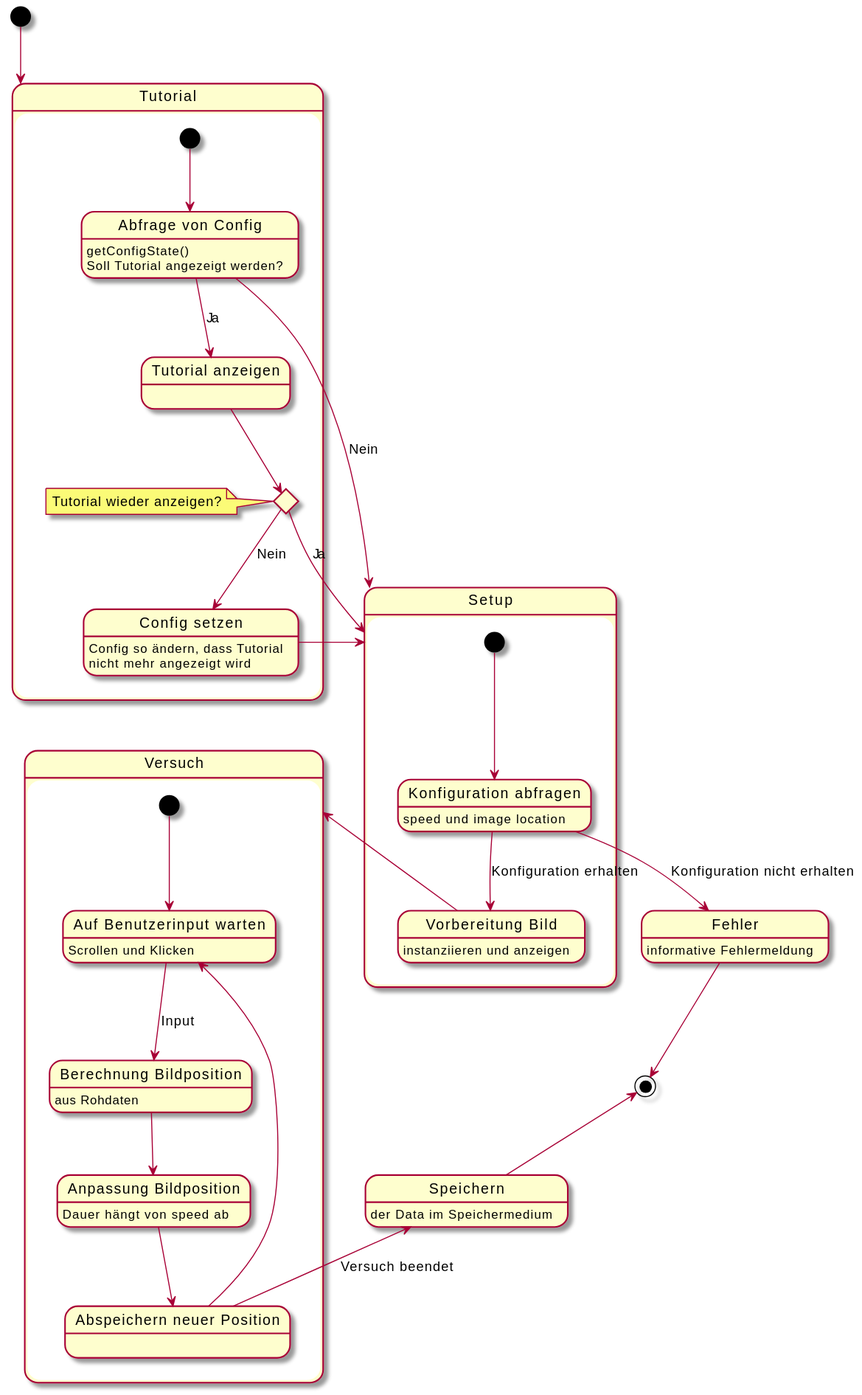
This is uml-state/zoommaps/zustand-zoommaps.svg from weichware-10/dokumente, a PlantUML export, as it was before one commit. Source of this version:
```plantuml
@startuml
state "Fehler" as err : informative Fehlermeldung
state Speichern : der Data im Speichermedium

state "Tutorial" as t {
    state "Abfrage von Config" as ac : getConfigState()\nSoll Tutorial angezeigt werden?
    state "Tutorial anzeigen" as ta
    state "Config setzen" as cs : Config so ändern, dass Tutorial\nnicht mehr angezeigt wird
    state checkbox <<choice>>
    note left of checkbox
        Tutorial wieder anzeigen?
    end note
    [*] --> ac
    ac --> ta : Ja
    ac --> s : Nein
    ta --> checkbox
    checkbox --> cs : Nein
    checkbox --> s : Ja
    cs -r-> s
}

state "Setup" as s {
    state "Konfiguration abfragen" as ka : speed und image location
    state "Vorbereitung Bild" as vb : instanziieren und anzeigen
    [*] --> ka
    ka --> vb : Konfiguration erhalten
    ka -d-> err : Konfiguration nicht erhalten
    vb -l-> v
}

state "Versuch" as v {
    state "Auf Benutzerinput warten" as bi : Scrollen und Klicken
    state "Berechnung Bildposition" as bb : aus Rohdaten
    state "Anpassung Bildposition" as ab : Dauer hängt von speed ab
    state "Abspeichern neuer Position" as ap
    [*] --> bi
    bi --> bb : Input
    bb --> ab
    ab --> ap
    ap --> bi
    ap -u-> Speichern : Versuch beendet
}

[*] --> t
Speichern -u-> [*]
err -d-> [*]
@enduml
```
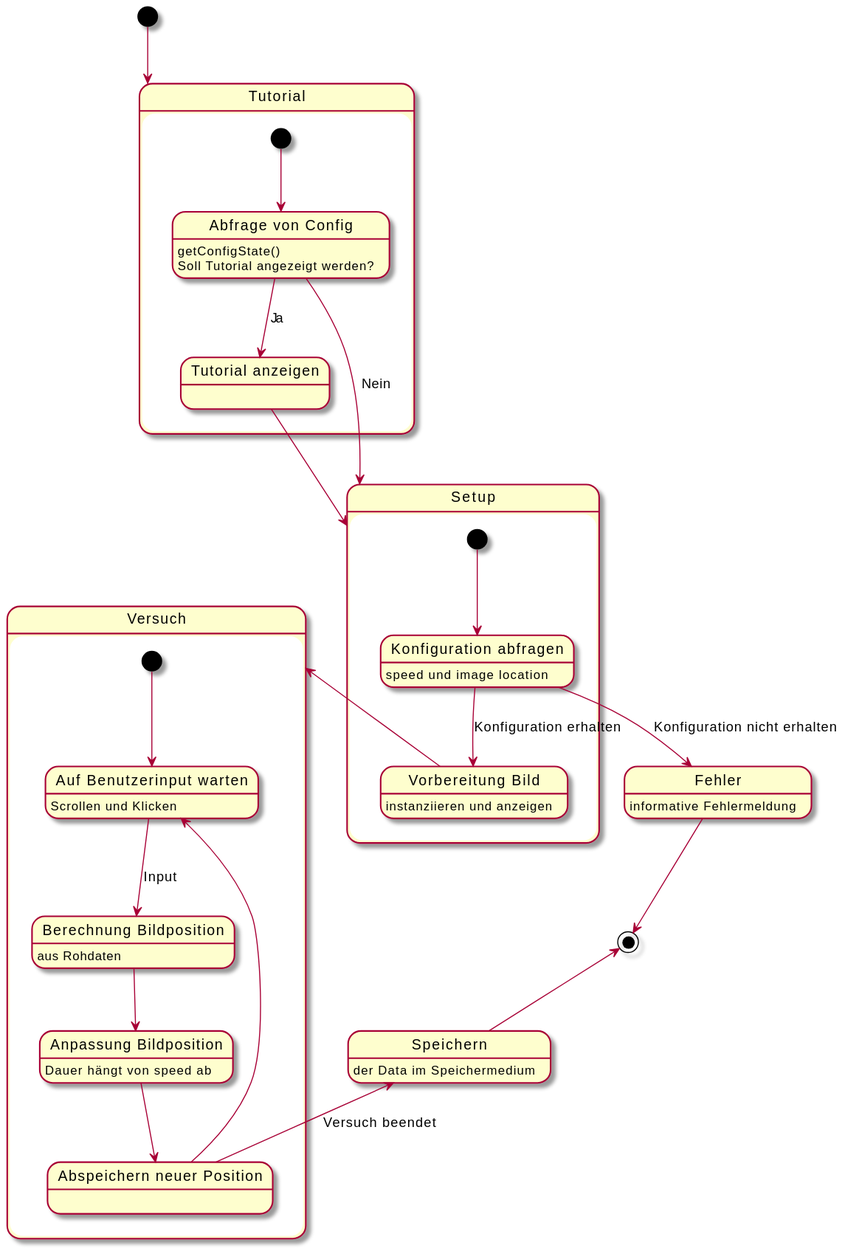
Later version of the same file.

Commit message:
[chore] rendered SVGs

Diff of the diagram source:
```diff
@@ -5,18 +5,10 @@
 state "Tutorial" as t {
     state "Abfrage von Config" as ac : getConfigState()\nSoll Tutorial angezeigt werden?
     state "Tutorial anzeigen" as ta
-    state "Config setzen" as cs : Config so ändern, dass Tutorial\nnicht mehr angezeigt wird
-    state checkbox <<choice>>
-    note left of checkbox
-        Tutorial wieder anzeigen?
-    end note
     [*] --> ac
     ac --> ta : Ja
     ac --> s : Nein
-    ta --> checkbox
-    checkbox --> cs : Nein
-    checkbox --> s : Ja
-    cs -r-> s
+    ta --> s
 }
 
 state "Setup" as s {
```
